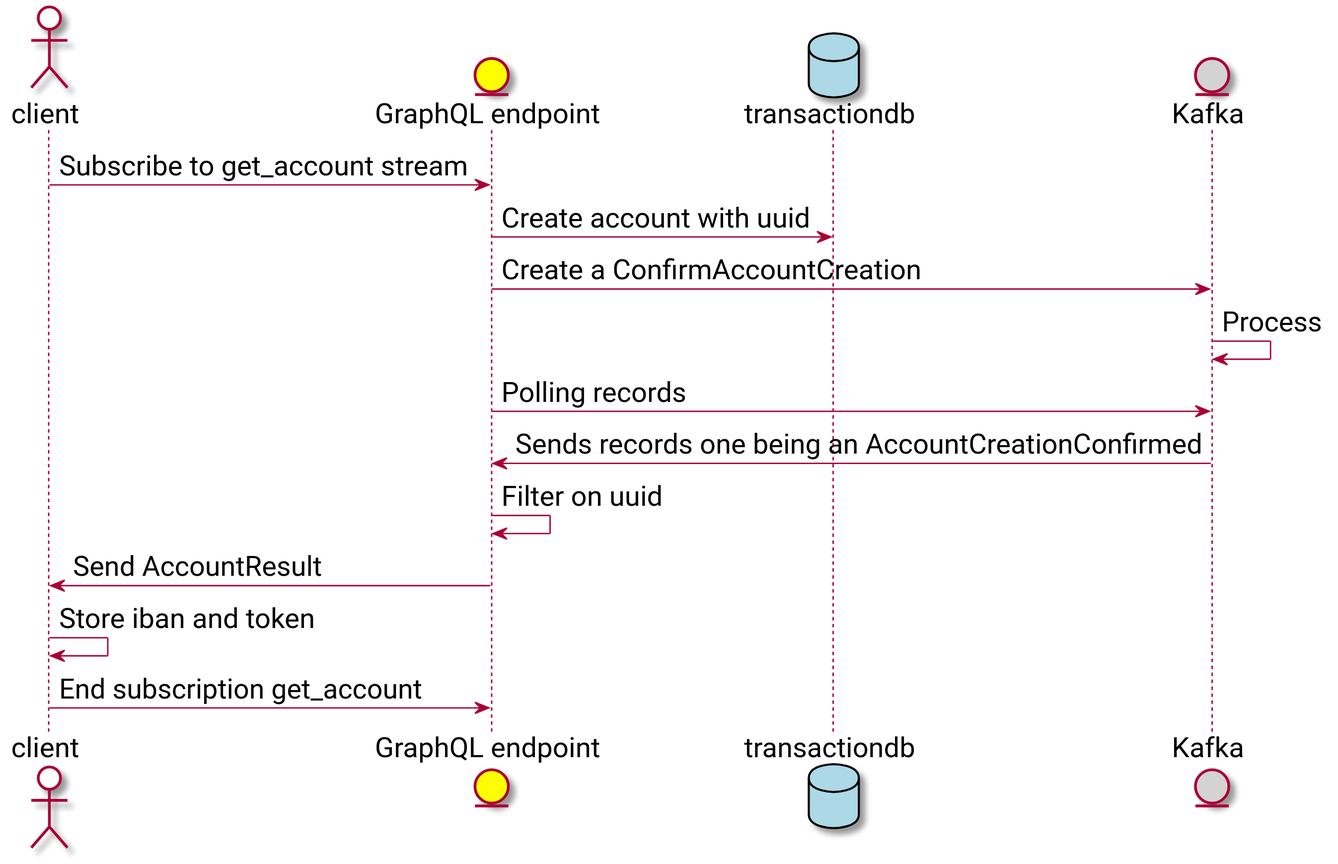
The PlantUML diagram docs/openingaccount.svg in openweb-nl/kafka-graphql-examples, before a commit. Source of this version:
```plantuml
@startuml
skinparam defaultFontName Roboto
skinparam defaultFontSize 20

actor client as cl #White
entity "GraphQL endpoint" as ge #Yellow
database transactiondb as pgt #LightBlue
entity "Kafka" as ka #LightGrey

cl -> ge : Subscribe to get_account stream
ge -> pgt : Create account with uuid
ge -> ka : Create a ConfirmAccountCreation
ka -> ka : Process
ge -> ka : Polling records
ka -> ge : Sends records one being an AccountCreationConfirmed
ge -> ge : Filter on uuid
ge -> cl : Send AccountResult
cl -> cl : Store iban and token
cl -> ge : End subscription get_account

@enduml
```
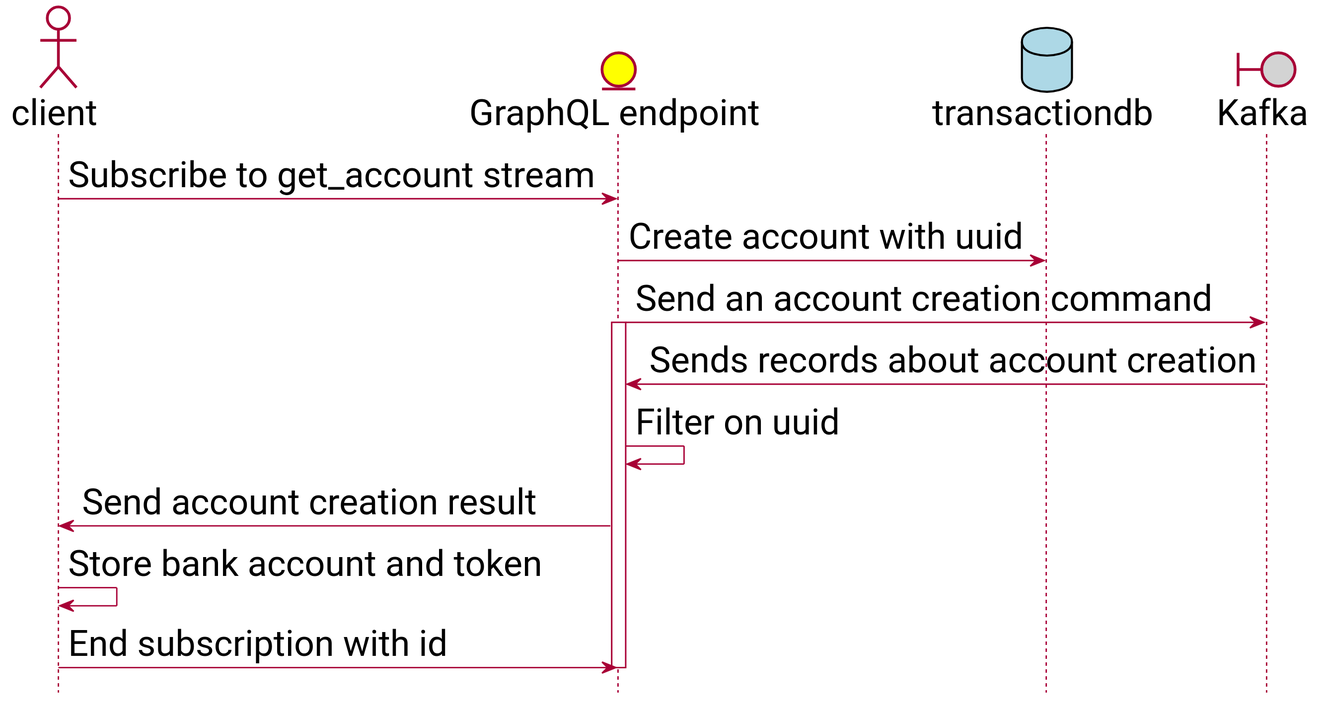
After the change.

Change to the diagram source:
```diff
@@ -1,21 +1,23 @@
 @startuml
+skinparam shadowing false
 skinparam defaultFontName Roboto
-skinparam defaultFontSize 20
+skinparam defaultFontSize 26
+hide footbox
 
 actor client as cl #White
 entity "GraphQL endpoint" as ge #Yellow
 database transactiondb as pgt #LightBlue
-entity "Kafka" as ka #LightGrey
+boundary "Kafka" as ka #LightGrey
 
 cl -> ge : Subscribe to get_account stream
 ge -> pgt : Create account with uuid
-ge -> ka : Create a ConfirmAccountCreation
-ka -> ka : Process
-ge -> ka : Polling records
-ka -> ge : Sends records one being an AccountCreationConfirmed
+ge -> ka : Send an account creation command
+activate ge
+ka -> ge : Sends records about account creation
 ge -> ge : Filter on uuid
-ge -> cl : Send AccountResult
-cl -> cl : Store iban and token
-cl -> ge : End subscription get_account
+ge -> cl : Send account creation result
+cl -> cl : Store bank account and token
+cl -> ge : End subscription with id
+deactivate ge
 
 @enduml
```
